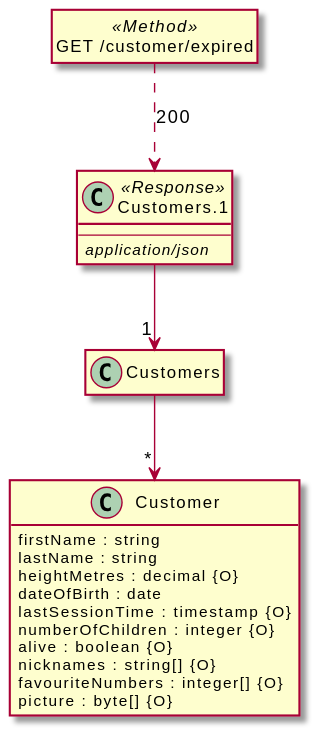
Before: src/docs/tests/path-returns-ref-ref2.puml.svg, a diagram exported from PlantUML (davidmoten/openapi-to-plantuml). Source of this version:
```plantuml
@startuml
hide <<Method>> circle
hide empty methods
hide empty fields
set namespaceSeparator none

class "Customers" {
}

"Customers" --> "*" "Customer"

class "Customer" {
  firstName : string
  lastName : string
  heightMetres : decimal {O}
  dateOfBirth : date
  lastSessionTime : timestamp {O}
  numberOfChildren : integer {O}
  alive : boolean {O}
  nicknames : string[] {O}
  favouriteNumbers : integer[] {O}
  picture : byte[] {O}
}

class "Customers.1" <<Response>> {
  --
<i>application/json</i>
}

"Customers.1" -->  "1" "Customers"

class "GET /customer/expired" <<Method>> {
}

"GET /customer/expired" ..> "Customers.1": 200

@enduml
```
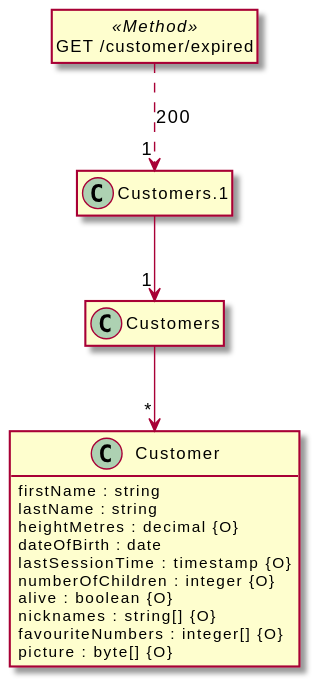
The same file after the commit.

The edit, as a diff of the source:
```diff
@@ -6,8 +6,6 @@
 
 class "Customers" {
 }
-
-"Customers" --> "*" "Customer"
 
 class "Customer" {
   firstName : string
@@ -22,16 +20,16 @@
   picture : byte[] {O}
 }
 
-class "Customers.1" <<Response>> {
-  --
-<i>application/json</i>
+class "Customers.1" {
 }
-
-"Customers.1" -->  "1" "Customers"
 
 class "GET /customer/expired" <<Method>> {
 }
 
-"GET /customer/expired" ..> "Customers.1": 200
+"Customers" --> "*" Customer
+
+"Customers.1" --> "1" Customers
+
+"GET /customer/expired" ..> "1" Customers.1 : "200"
 
 @enduml
```
